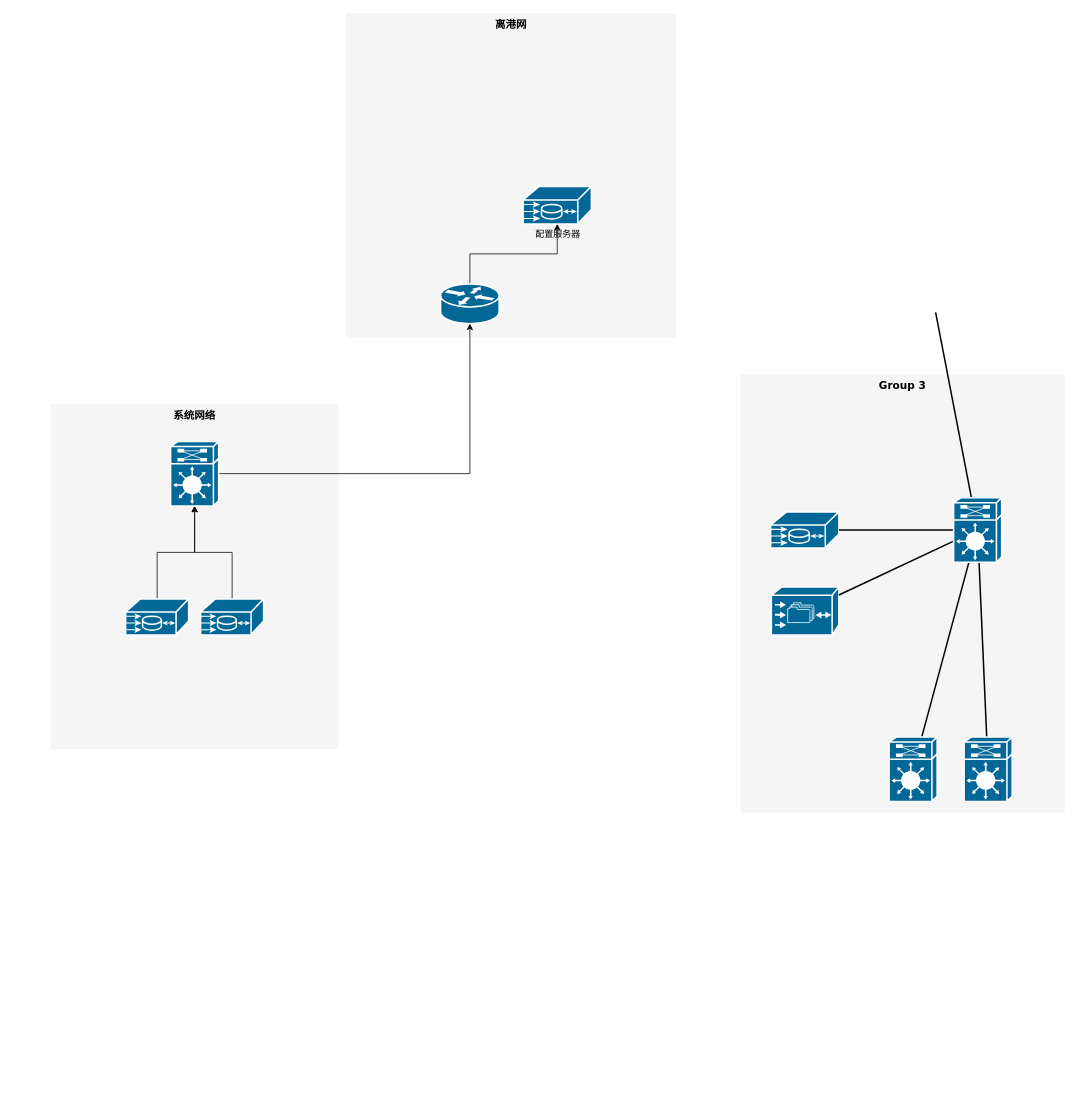
Above: 双流机场登机口变更网络图.drawio in yang981209/gitskills (draw.io), before the change. Source tidied: cells renumbered, new cells numbered last; positions are measured from the earlier drawing's top-left corner, leaving out a move shared by most shapes. Both pictures are drawn from the tidied source at 75%, with x=0, y=0 at pixel (50, 13).
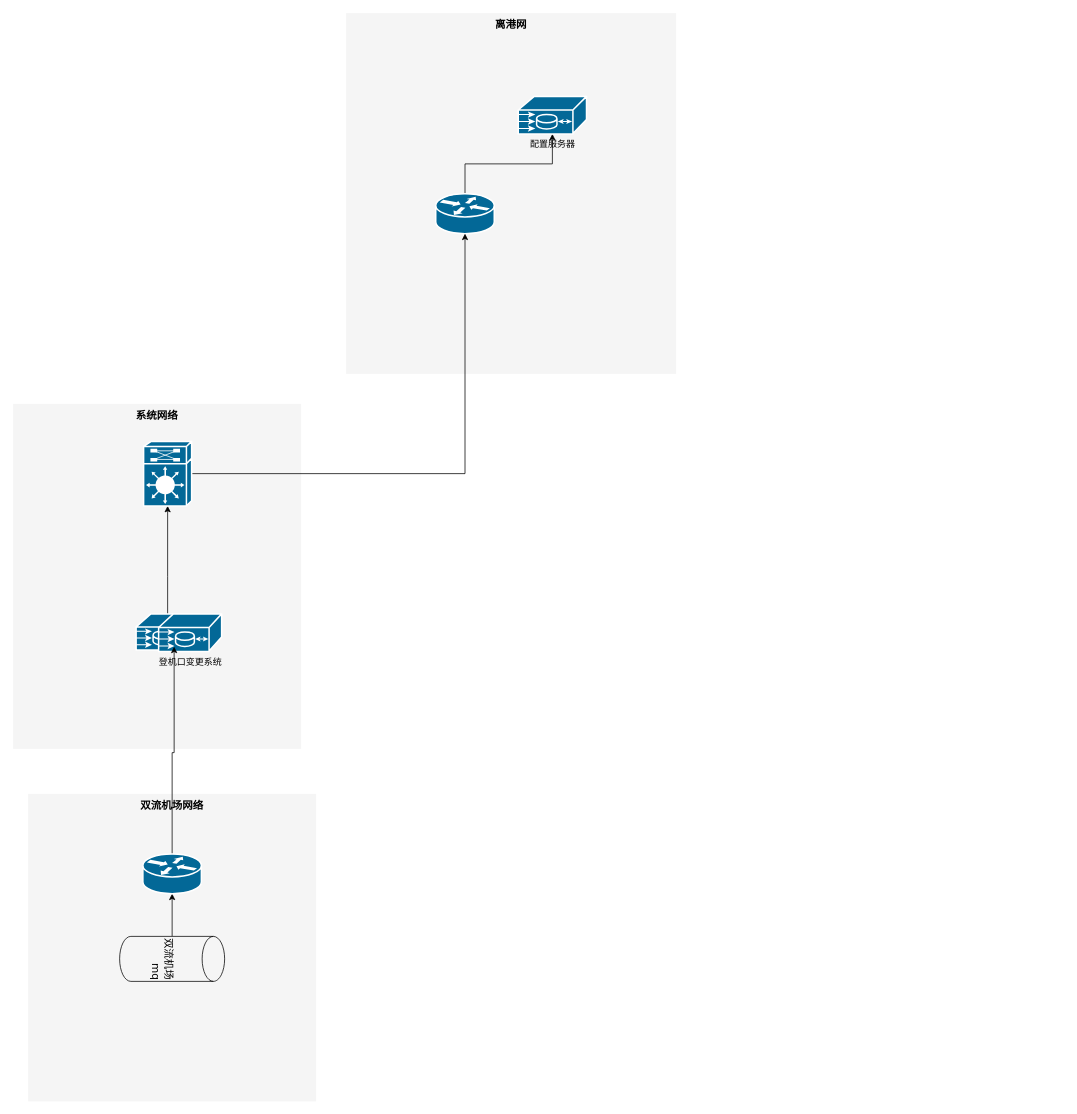
After the change.

Commit message (it also covers changes not shown here):
更新双流机场登机口变更网络图.drawio

The edit, as a diff of the source:
```diff
@@
     <mxCell id="2" value="离港网" style="whiteSpace=wrap;html=1;rounded=0;shadow=0;comic=0;strokeWidth=1;fontFamily=Verdana;fontSize=14;fillColor=#f5f5f5;strokeColor=none;verticalAlign=top;fontStyle=1;" parent="1" vertex="1">
-      <mxGeometry x="394" width="440" height="433" as="geometry" />
+      <mxGeometry x="394" width="440" height="481" as="geometry" />
     </mxCell>
-    <mxCell id="3" value="Group 3" style="whiteSpace=wrap;html=1;rounded=0;shadow=0;comic=0;strokeWidth=1;fontFamily=Verdana;fontSize=14;fillColor=#f5f5f5;strokeColor=none;fontStyle=1;verticalAlign=top;" parent="1" vertex="1">
-      <mxGeometry x="920" y="481" width="432" height="585" as="geometry" />
-    </mxCell>
     <mxCell id="4" value="系统网络" style="whiteSpace=wrap;html=1;rounded=0;shadow=0;comic=0;strokeWidth=1;fontFamily=Verdana;fontSize=14;fillColor=#f5f5f5;strokeColor=none;fontStyle=1;verticalAlign=top;" parent="1" vertex="1">
-      <mxGeometry y="521" width="384" height="460" as="geometry" />
+      <mxGeometry x="-50" y="521" width="384" height="460" as="geometry" />
     </mxCell>
     <mxCell id="5" style="edgeStyle=orthogonalEdgeStyle;rounded=0;jettySize=auto;html=1;exitX=0.5;exitY=0;exitDx=0;exitDy=0;exitPerimeter=0;fontFamily=Verdana;fontSize=14;fontColor=default;entryX=0.5;entryY=1;entryDx=0;entryDy=0;entryPerimeter=0;" parent="1" edge="1" source="6" target="23">
-      <mxGeometry relative="1" as="geometry" />
+      <mxGeometry relative="1" as="geometry">
+        <Array as="points">
+          <mxPoint x="156" y="751" />
+          <mxPoint x="156" y="751" />
+        </Array>
+      </mxGeometry>
     </mxCell>
     <mxCell id="6" style="shape=mxgraph.cisco.misc.me1100;html=1;dashed=0;fillColor=#036897;strokeColor=#ffffff;strokeWidth=2;verticalLabelPosition=bottom;verticalAlign=top;rounded=0;shadow=0;comic=0;fontFamily=Verdana;fontSize=12;" parent="1" vertex="1">
-      <mxGeometry x="100" y="781" width="84" height="48" as="geometry" />
+      <mxGeometry x="114" y="801" width="84" height="48" as="geometry" />
     </mxCell>
-    <mxCell id="7" style="edgeStyle=none;html=1;labelBackgroundColor=none;startFill=0;endArrow=none;endFill=0;strokeWidth=2;fontFamily=Verdana;fontSize=12;" parent="1" edge="1" target="14">
-      <mxGeometry relative="1" as="geometry">
-        <mxPoint x="1180" y="399" as="sourcePoint" />
-      </mxGeometry>
-    </mxCell>
-    <mxCell id="8" style="shape=mxgraph.cisco.misc.me1100;html=1;dashed=0;fillColor=#036897;strokeColor=#ffffff;strokeWidth=2;verticalLabelPosition=bottom;verticalAlign=top;rounded=0;shadow=0;comic=0;fontFamily=Verdana;fontSize=12;" parent="1" vertex="1">
-      <mxGeometry x="960" y="665" width="91" height="48" as="geometry" />
-    </mxCell>
-    <mxCell id="9" style="shape=mxgraph.cisco.storage.cisco_file_engine;html=1;dashed=0;fillColor=#036897;strokeColor=#ffffff;strokeWidth=2;verticalLabelPosition=bottom;verticalAlign=top;rounded=0;shadow=0;comic=0;fontFamily=Verdana;fontSize=12;" parent="1" vertex="1">
-      <mxGeometry x="961" y="765" width="90" height="64" as="geometry" />
-    </mxCell>
-    <mxCell id="10" style="edgeStyle=none;html=1;labelBackgroundColor=none;startFill=0;endArrow=none;endFill=0;strokeWidth=2;fontFamily=Verdana;fontSize=12;" parent="1" edge="1" source="14" target="8">
-      <mxGeometry relative="1" as="geometry" />
-    </mxCell>
-    <mxCell id="11" style="edgeStyle=none;html=1;labelBackgroundColor=none;startFill=0;endArrow=none;endFill=0;strokeWidth=2;fontFamily=Verdana;fontSize=12;" parent="1" edge="1" source="14" target="9">
-      <mxGeometry relative="1" as="geometry" />
-    </mxCell>
-    <mxCell id="12" style="edgeStyle=none;html=1;labelBackgroundColor=none;startFill=0;endArrow=none;endFill=0;strokeWidth=2;fontFamily=Verdana;fontSize=12;" parent="1" edge="1" source="14" target="16">
-      <mxGeometry relative="1" as="geometry" />
-    </mxCell>
-    <mxCell id="13" style="edgeStyle=none;html=1;labelBackgroundColor=none;startFill=0;endArrow=none;endFill=0;strokeWidth=2;fontFamily=Verdana;fontSize=12;" parent="1" edge="1" source="14" target="15">
-      <mxGeometry relative="1" as="geometry" />
-    </mxCell>
-    <mxCell id="14" style="shape=mxgraph.cisco.misc.route_switch_processor;html=1;dashed=0;fillColor=#036897;strokeColor=#ffffff;strokeWidth=2;verticalLabelPosition=bottom;verticalAlign=top;rounded=0;shadow=0;comic=0;fontFamily=Verdana;fontSize=12;" parent="1" vertex="1">
-      <mxGeometry x="1204" y="646" width="64" height="86" as="geometry" />
-    </mxCell>
-    <mxCell id="15" style="shape=mxgraph.cisco.misc.route_switch_processor;html=1;dashed=0;fillColor=#036897;strokeColor=#ffffff;strokeWidth=2;verticalLabelPosition=bottom;verticalAlign=top;rounded=0;shadow=0;comic=0;fontFamily=Verdana;fontSize=12;" parent="1" vertex="1">
-      <mxGeometry x="1118" y="965" width="64" height="86" as="geometry" />
-    </mxCell>
-    <mxCell id="16" style="shape=mxgraph.cisco.misc.route_switch_processor;html=1;dashed=0;fillColor=#036897;strokeColor=#ffffff;strokeWidth=2;verticalLabelPosition=bottom;verticalAlign=top;rounded=0;shadow=0;comic=0;fontFamily=Verdana;fontSize=12;" parent="1" vertex="1">
-      <mxGeometry x="1218" y="965" width="64" height="86" as="geometry" />
-    </mxCell>
@@
     <mxCell id="18" style="shape=mxgraph.cisco.routers.router;html=1;dashed=0;fillColor=#036897;strokeColor=#ffffff;strokeWidth=2;verticalLabelPosition=bottom;verticalAlign=top;rounded=0;shadow=0;comic=0;fontFamily=Verdana;fontSize=12;" parent="1" vertex="1">
-      <mxGeometry x="520" y="361" width="78" height="53" as="geometry" />
+      <mxGeometry x="513.5" y="241" width="78" height="53" as="geometry" />
     </mxCell>
     <mxCell id="19" value="配置服务器" style="shape=mxgraph.cisco.misc.me1100;html=1;dashed=0;fillColor=#036897;strokeColor=#ffffff;strokeWidth=2;verticalLabelPosition=bottom;verticalAlign=top;rounded=0;shadow=0;comic=0;fontFamily=Verdana;fontSize=12;" parent="1" vertex="1">
-      <mxGeometry x="630" y="231" width="91" height="50" as="geometry" />
+      <mxGeometry x="623.5" y="111" width="91" height="50" as="geometry" />
     </mxCell>
-    <mxCell id="20" style="edgeStyle=orthogonalEdgeStyle;rounded=0;jettySize=auto;html=1;exitX=0.5;exitY=0;exitDx=0;exitDy=0;exitPerimeter=0;fontFamily=Verdana;fontSize=14;fontColor=default;entryX=0.5;entryY=1;entryDx=0;entryDy=0;entryPerimeter=0;" parent="1" edge="1" source="21" target="23">
-      <mxGeometry relative="1" as="geometry" />
-    </mxCell>
-    <mxCell id="21" style="shape=mxgraph.cisco.misc.me1100;html=1;dashed=0;fillColor=#036897;strokeColor=#ffffff;strokeWidth=2;verticalLabelPosition=bottom;verticalAlign=top;rounded=0;shadow=0;comic=0;fontFamily=Verdana;fontSize=12;" parent="1" vertex="1">
-      <mxGeometry x="200" y="781" width="84" height="48" as="geometry" />
+    <mxCell id="21" value="登机口变更系统&lt;br&gt;" style="shape=mxgraph.cisco.misc.me1100;html=1;dashed=0;fillColor=#036897;strokeColor=#ffffff;strokeWidth=2;verticalLabelPosition=bottom;verticalAlign=top;rounded=0;shadow=0;comic=0;fontFamily=Verdana;fontSize=12;" parent="1" vertex="1">
+      <mxGeometry x="144" y="801" width="84" height="50" as="geometry" />
     </mxCell>
@@
     <mxCell id="23" style="shape=mxgraph.cisco.misc.route_switch_processor;html=1;dashed=0;fillColor=#036897;strokeColor=#ffffff;strokeWidth=2;verticalLabelPosition=bottom;verticalAlign=top;rounded=0;shadow=0;comic=0;fontFamily=Verdana;fontSize=12;" parent="1" vertex="1">
-      <mxGeometry x="160" y="571" width="64" height="86" as="geometry" />
+      <mxGeometry x="124" y="571" width="64" height="86" as="geometry" />
     </mxCell>
+    <mxCell id="24" value="双流机场网络" style="whiteSpace=wrap;html=1;rounded=0;shadow=0;comic=0;strokeWidth=1;fontFamily=Verdana;fontSize=14;fillColor=#f5f5f5;strokeColor=none;fontStyle=1;verticalAlign=top;" parent="1" vertex="1">
+      <mxGeometry x="-30" y="1041" width="384" height="410" as="geometry" />
+    </mxCell>
+    <mxCell id="25" style="edgeStyle=orthogonalEdgeStyle;rounded=0;jettySize=auto;html=1;exitX=0;exitY=0.5;exitDx=0;exitDy=0;exitPerimeter=0;entryX=0.5;entryY=1;entryDx=0;entryDy=0;entryPerimeter=0;fontFamily=Verdana;fontSize=14;fontColor=default;" parent="1" edge="1" source="26" target="28">
+      <mxGeometry relative="1" as="geometry" />
+    </mxCell>
+    <mxCell id="26" value="双流机场mq" style="shape=cylinder3;whiteSpace=wrap;html=1;boundedLbl=1;backgroundOutline=1;size=15;rounded=0;shadow=0;comic=0;strokeWidth=1;fontFamily=Verdana;fontSize=14;fontColor=default;fillColor=#f5f5f5;rotation=90;align=right;" parent="1" vertex="1">
+      <mxGeometry x="132" y="1191" width="60" height="140" as="geometry" />
+    </mxCell>
+    <mxCell id="27" style="edgeStyle=orthogonalEdgeStyle;rounded=0;jettySize=auto;html=1;exitX=0.5;exitY=0;exitDx=0;exitDy=0;exitPerimeter=0;entryX=0.246;entryY=0.875;entryDx=0;entryDy=0;entryPerimeter=0;fontFamily=Verdana;fontSize=14;fontColor=default;" parent="1" edge="1" source="28" target="21">
+      <mxGeometry relative="1" as="geometry" />
+    </mxCell>
+    <mxCell id="28" style="shape=mxgraph.cisco.routers.router;html=1;dashed=0;fillColor=#036897;strokeColor=#ffffff;strokeWidth=2;verticalLabelPosition=bottom;verticalAlign=top;rounded=0;shadow=0;comic=0;fontFamily=Verdana;fontSize=12;" parent="1" vertex="1">
+      <mxGeometry x="123" y="1121" width="78" height="53" as="geometry" />
+    </mxCell>
```
